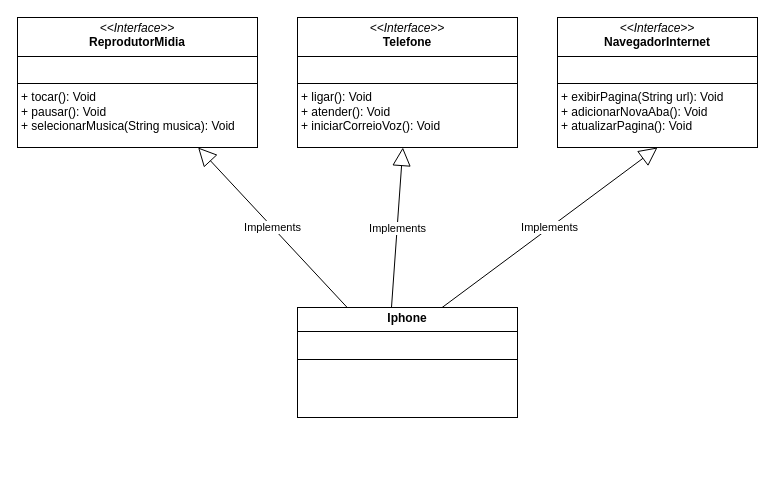
The draw.io diagram Diagrama de Classe - Iphone.drawio in Lucaslperes/dio-desafio-projeto-diagrama-classe, before the edit. Source tidied: cells renumbered, new cells numbered last; positions are measured from the earlier drawing's top-left corner, leaving out a move shared by most shapes. Both pictures are drawn from the tidied source at 100%, with x=0, y=0 at pixel (17, 17).
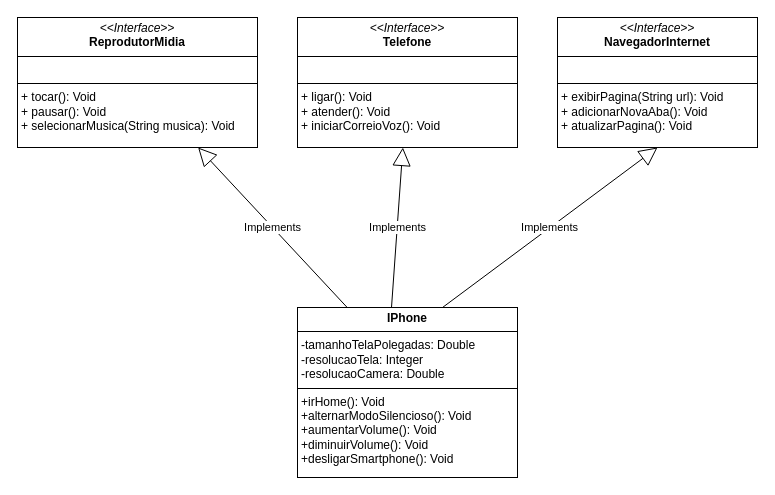
Above is the later version.

Commit message:
Adicionados métodos e atributos na classe IPhone do diagrama de classe - Iphone.drawio

Diff of the diagram source:
```diff
@@
 <mxGraphModel>
   <root>
     <mxCell id="0" />
     <mxCell id="1" parent="0" />
     <mxCell id="2" value="Implements" style="endArrow=block;endSize=16;endFill=0;html=1;rounded=0;entryX=0.5;entryY=1;entryDx=0;entryDy=0;exitX=0.654;exitY=0.005;exitDx=0;exitDy=0;exitPerimeter=0;" parent="1" edge="1" source="8" target="4">
       <mxGeometry relative="1" as="geometry" />
     </mxCell>
     <mxCell id="3" value="&lt;p style=&quot;margin:0px;margin-top:4px;text-align:center;&quot;&gt;&lt;i&gt;&amp;lt;&amp;lt;Interface&amp;gt;&amp;gt;&lt;/i&gt;&lt;br&gt;&lt;b&gt;Telefone&lt;/b&gt;&lt;/p&gt;&lt;hr size=&quot;1&quot; style=&quot;border-style:solid;&quot;&gt;&lt;p style=&quot;margin:0px;margin-left:4px;&quot;&gt;&lt;br&gt;&lt;/p&gt;&lt;hr size=&quot;1&quot; style=&quot;border-style:solid;&quot;&gt;&lt;p style=&quot;margin:0px;margin-left:4px;&quot;&gt;+ ligar(): Void&lt;br&gt;+ atender(): Void&lt;/p&gt;&lt;p style=&quot;margin:0px;margin-left:4px;&quot;&gt;+ iniciarCorreioVoz(): Void&lt;br&gt;&lt;/p&gt;" style="verticalAlign=top;align=left;overflow=fill;html=1;whiteSpace=wrap;" parent="1" vertex="1">
       <mxGeometry x="280" width="220" height="130" as="geometry" />
     </mxCell>
     <mxCell id="4" value="&lt;p style=&quot;margin:0px;margin-top:4px;text-align:center;&quot;&gt;&lt;i&gt;&amp;lt;&amp;lt;Interface&amp;gt;&amp;gt;&lt;/i&gt;&lt;br&gt;&lt;b&gt;NavegadorInternet&lt;/b&gt;&lt;/p&gt;&lt;hr size=&quot;1&quot; style=&quot;border-style:solid;&quot;&gt;&lt;p style=&quot;margin:0px;margin-left:4px;&quot;&gt;&lt;br&gt;&lt;/p&gt;&lt;hr size=&quot;1&quot; style=&quot;border-style:solid;&quot;&gt;&lt;p style=&quot;margin:0px;margin-left:4px;&quot;&gt;+ exibirPagina(String url): Void&lt;br&gt;+ adicionarNovaAba(): Void&lt;/p&gt;&lt;p style=&quot;margin:0px;margin-left:4px;&quot;&gt;+ atualizarPagina(): Void&lt;br&gt;&lt;/p&gt;" style="verticalAlign=top;align=left;overflow=fill;html=1;whiteSpace=wrap;" parent="1" vertex="1">
       <mxGeometry x="540" width="200" height="130" as="geometry" />
     </mxCell>
     <mxCell id="5" value="&lt;p style=&quot;margin:0px;margin-top:4px;text-align:center;&quot;&gt;&lt;i&gt;&amp;lt;&amp;lt;Interface&amp;gt;&amp;gt;&lt;/i&gt;&lt;br&gt;&lt;b&gt;ReprodutorMidia&lt;/b&gt;&lt;/p&gt;&lt;hr size=&quot;1&quot; style=&quot;border-style:solid;&quot;&gt;&lt;p style=&quot;margin:0px;margin-left:4px;&quot;&gt;&lt;br&gt;&lt;/p&gt;&lt;hr size=&quot;1&quot; style=&quot;border-style:solid;&quot;&gt;&lt;p style=&quot;margin:0px;margin-left:4px;&quot;&gt;+ tocar(): Void&lt;br&gt;+ pausar(): Void&lt;/p&gt;&lt;p style=&quot;margin: 0px 0px 0px 4px;&quot;&gt;+ selecionarMusica(String musica&lt;span style=&quot;background-color: initial;&quot;&gt;): Void&lt;/span&gt;&lt;/p&gt;&lt;p style=&quot;margin: 0px 0px 0px 4px;&quot;&gt;&lt;br&gt;&lt;/p&gt;" style="verticalAlign=top;align=left;overflow=fill;html=1;whiteSpace=wrap;" parent="1" vertex="1">
       <mxGeometry width="240" height="130" as="geometry" />
     </mxCell>
     <mxCell id="6" value="Implements" style="endArrow=block;endSize=16;endFill=0;html=1;rounded=0;exitX=0.427;exitY=0.005;exitDx=0;exitDy=0;exitPerimeter=0;" parent="1" edge="1" source="8" target="3">
       <mxGeometry relative="1" as="geometry" />
     </mxCell>
     <mxCell id="7" value="Implements" style="endArrow=block;endSize=16;endFill=0;html=1;rounded=0;exitX=0.226;exitY=0;exitDx=0;exitDy=0;exitPerimeter=0;" parent="1" edge="1" source="8" target="5">
       <mxGeometry relative="1" as="geometry" />
     </mxCell>
-    <mxCell id="8" value="&lt;p style=&quot;margin:0px;margin-top:4px;text-align:center;&quot;&gt;&lt;b&gt;Iphone&lt;/b&gt;&lt;/p&gt;&lt;hr size=&quot;1&quot; style=&quot;border-style:solid;&quot;&gt;&lt;p style=&quot;margin:0px;margin-left:4px;&quot;&gt;&lt;br&gt;&lt;/p&gt;&lt;hr size=&quot;1&quot; style=&quot;border-style:solid;&quot;&gt;&lt;p style=&quot;margin: 0px 0px 0px 4px;&quot;&gt;&lt;br&gt;&lt;/p&gt;" style="verticalAlign=top;align=left;overflow=fill;html=1;whiteSpace=wrap;" parent="1" vertex="1">
-      <mxGeometry x="280" y="290" width="220" height="110" as="geometry" />
+    <mxCell id="8" value="&lt;p style=&quot;margin:0px;margin-top:4px;text-align:center;&quot;&gt;&lt;b&gt;IPhone&lt;/b&gt;&lt;/p&gt;&lt;hr size=&quot;1&quot; style=&quot;border-style:solid;&quot;&gt;&lt;p style=&quot;margin:0px;margin-left:4px;&quot;&gt;-tamanhoTelaPolegadas: Double&lt;/p&gt;&lt;p style=&quot;margin:0px;margin-left:4px;&quot;&gt;-resolucaoTela: Integer&lt;/p&gt;&lt;p style=&quot;margin:0px;margin-left:4px;&quot;&gt;-resolucaoCamera: Double&lt;/p&gt;&lt;hr size=&quot;1&quot; style=&quot;border-style:solid;&quot;&gt;&lt;p style=&quot;margin: 0px 0px 0px 4px;&quot;&gt;+irHome(): Void&lt;/p&gt;&lt;p style=&quot;margin: 0px 0px 0px 4px;&quot;&gt;+alternarModoSilencioso(): Void&lt;/p&gt;&lt;p style=&quot;margin: 0px 0px 0px 4px;&quot;&gt;+aumentarVolume(): Void&lt;/p&gt;&lt;p style=&quot;margin: 0px 0px 0px 4px;&quot;&gt;+diminuirVolume(): Void&lt;/p&gt;&lt;p style=&quot;margin: 0px 0px 0px 4px;&quot;&gt;+desligarSmartphone(): Void&lt;/p&gt;&lt;p style=&quot;margin: 0px 0px 0px 4px;&quot;&gt;&lt;br&gt;&lt;/p&gt;" style="verticalAlign=top;align=left;overflow=fill;html=1;whiteSpace=wrap;" parent="1" vertex="1">
+      <mxGeometry x="280" y="290" width="220" height="170" as="geometry" />
     </mxCell>
   </root>
 </mxGraphModel>
```
